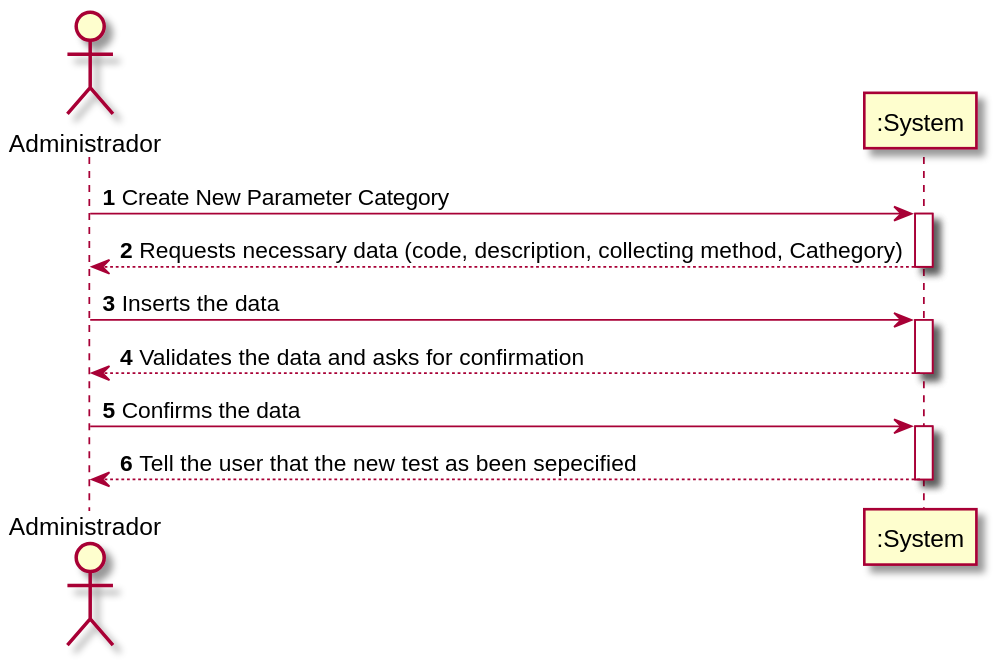
This is docs/SprintC/US9/UC9_SSD.svg from GuilhermeCunha79/lapr2, a PlantUML export, as it was before one commit. Source of this version:
```plantuml
@startuml
autonumber
actor "Administrador" as ADMIN

participant ":System" as SYSTEM

ADMIN -> SYSTEM : Create New Parameter Category
activate SYSTEM
SYSTEM --> ADMIN : Requests necessary data (code, description, collecting method, Cathegory)
deactivate SYSTEM

ADMIN -> SYSTEM : Inserts the data
activate SYSTEM
SYSTEM --> ADMIN : Validates the data and asks for confirmation
deactivate SYSTEM

ADMIN -> SYSTEM : Confirms the data
activate SYSTEM
SYSTEM --> ADMIN : Tell the user that the new test as been sepecified
deactivate SYSTEM



@enduml
```
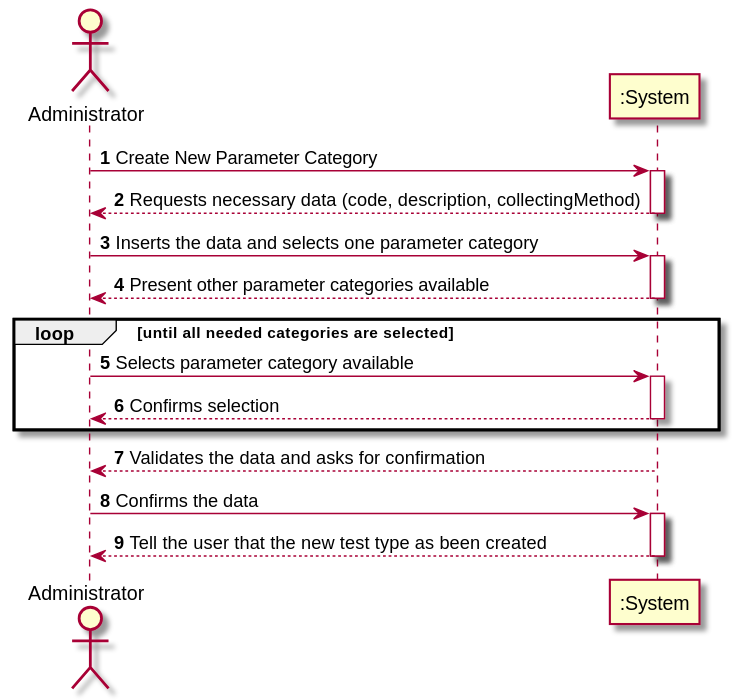
The same diagram one commit later.

What changed in the source:
```diff
@@ -1,22 +1,31 @@
 @startuml
 autonumber
-actor "Administrador" as ADMIN
+actor "Administrator" as ADMIN
 
 participant ":System" as SYSTEM
 
 ADMIN -> SYSTEM : Create New Parameter Category
 activate SYSTEM
-SYSTEM --> ADMIN : Requests necessary data (code, description, collecting method, Cathegory)
+SYSTEM --> ADMIN : Requests necessary data (code, description, collectingMethod)
 deactivate SYSTEM
 
-ADMIN -> SYSTEM : Inserts the data
+ADMIN -> SYSTEM : Inserts the data and selects one parameter category
+activate SYSTEM
+SYSTEM --> ADMIN : Present other parameter categories available
+deactivate SYSTEM
+loop until all needed categories are selected
+ADMIN -> SYSTEM : Selects parameter category available
+activate SYSTEM
+SYSTEM --> ADMIN : Confirms selection
+deactivate SYSTEM
+end loop
 activate SYSTEM
 SYSTEM --> ADMIN : Validates the data and asks for confirmation
 deactivate SYSTEM
 
 ADMIN -> SYSTEM : Confirms the data
 activate SYSTEM
-SYSTEM --> ADMIN : Tell the user that the new test as been sepecified
+SYSTEM --> ADMIN : Tell the user that the new test type as been created
 deactivate SYSTEM
 
 
```
